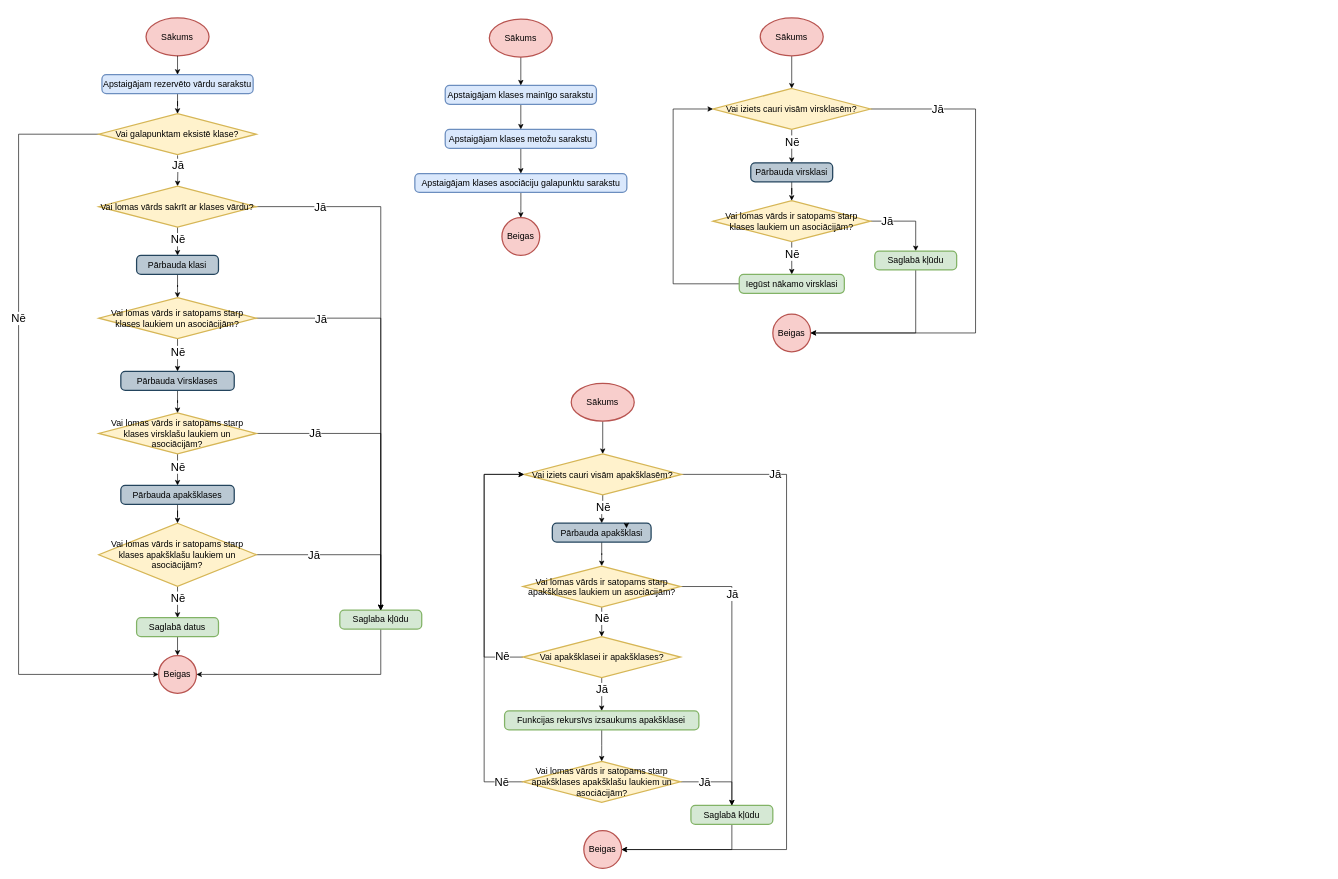
artiks12/webAppOS keeps this draw.io diagram as page "Lomas vārda pārbaude" (5 of 5) of src/Qualification project/Documentation/Diagrammas/Kompilators/Asociācijas.drawio. Above is the earlier version. Source tidied: cells renumbered, new cells numbered last; positions are measured from the earlier drawing's top-left corner, leaving out a move shared by most shapes. Both pictures are drawn from the tidied source at 63%, with x=0, y=0 at pixel (18, 18).
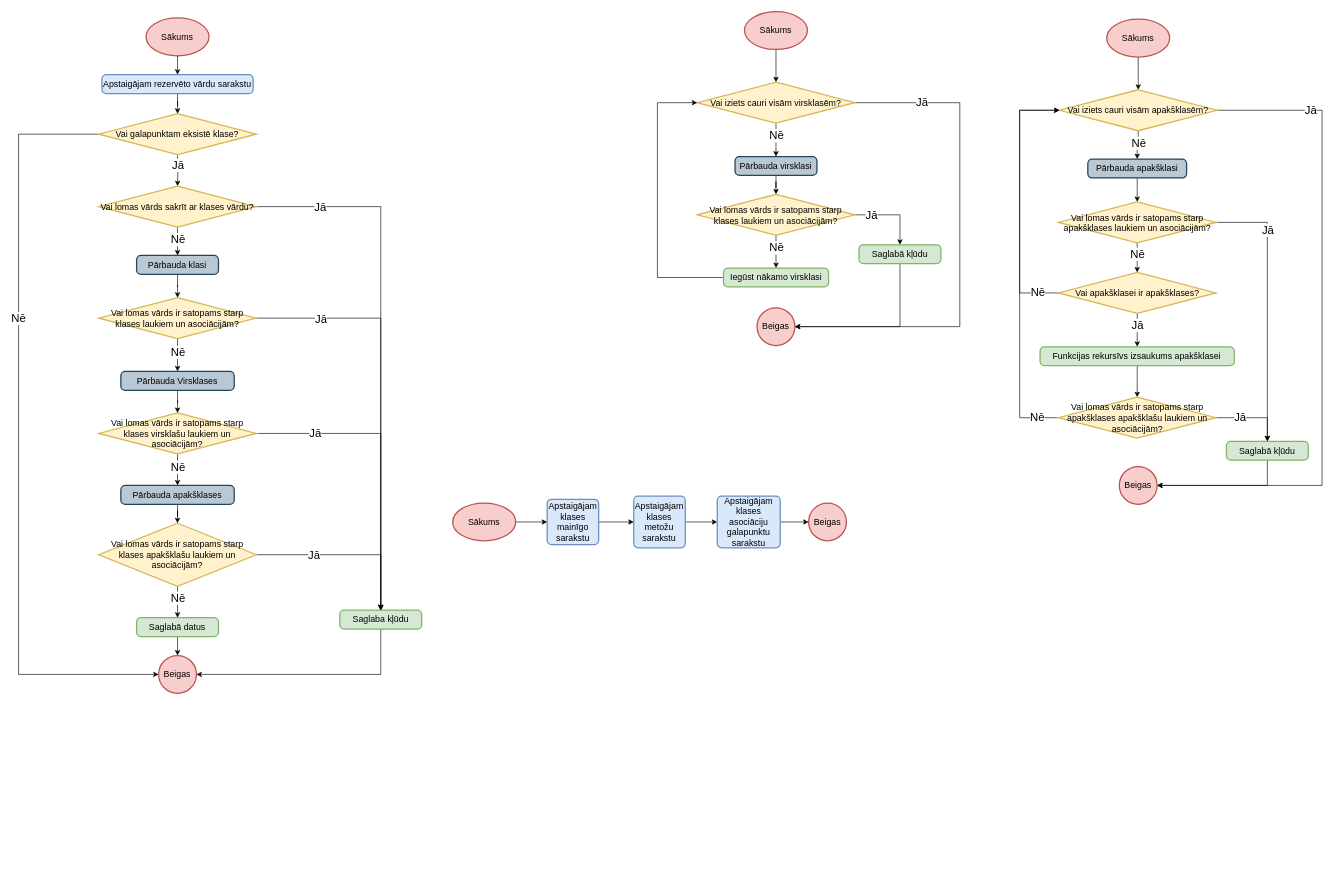
Above is the later version.

What changed in the source:
```diff
@@
-    <mxCell id="20" style="edgeStyle=orthogonalEdgeStyle;rounded=0;jettySize=auto;html=1;entryX=0.5;entryY=0;entryDx=0;entryDy=0;fontSize=18;" parent="1" edge="1" source="21" target="23">
+    <mxCell id="20" style="edgeStyle=orthogonalEdgeStyle;rounded=0;jettySize=auto;html=1;" parent="1" edge="1" source="21" target="23">
       <mxGeometry relative="1" as="geometry" />
     </mxCell>
     <mxCell id="21" value="Apstaigājam klases mainīgo sarakstu" style="rounded=1;whiteSpace=wrap;html=1;absoluteArcSize=1;arcSize=14;strokeWidth=2;fontSize=14;fillColor=#dae8fc;strokeColor=#6c8ebf;" parent="1" vertex="1">
-      <mxGeometry x="677.2" y="107" width="240" height="30" as="geometry" />
+      <mxGeometry x="839" y="764" width="81.8" height="72" as="geometry" />
     </mxCell>
-    <mxCell id="22" style="edgeStyle=orthogonalEdgeStyle;rounded=0;jettySize=auto;html=1;entryX=0.5;entryY=0;entryDx=0;entryDy=0;fontSize=18;" parent="1" edge="1" source="23" target="25">
+    <mxCell id="22" style="edgeStyle=orthogonalEdgeStyle;rounded=0;jettySize=auto;html=1;" parent="1" edge="1" source="23" target="25">
       <mxGeometry relative="1" as="geometry" />
     </mxCell>
     <mxCell id="23" value="Apstaigājam klases metožu sarakstu" style="rounded=1;whiteSpace=wrap;html=1;absoluteArcSize=1;arcSize=14;strokeWidth=2;fontSize=14;fillColor=#dae8fc;strokeColor=#6c8ebf;" parent="1" vertex="1">
-      <mxGeometry x="677.2" y="177" width="240" height="30" as="geometry" />
+      <mxGeometry x="976.4" y="759" width="81.8" height="82" as="geometry" />
     </mxCell>
@@
     <mxCell id="25" value="Apstaigājam klases asociāciju galapunktu sarakstu" style="rounded=1;whiteSpace=wrap;html=1;absoluteArcSize=1;arcSize=14;strokeWidth=2;fontSize=14;fillColor=#dae8fc;strokeColor=#6c8ebf;" parent="1" vertex="1">
-      <mxGeometry x="629" y="247" width="336.5" height="30" as="geometry" />
+      <mxGeometry x="1109" y="759" width="100" height="82" as="geometry" />
     </mxCell>
     <mxCell id="26" value="Beigas" style="strokeWidth=2;html=1;shape=mxgraph.flowchart.start_2;whiteSpace=wrap;fontSize=14;fillColor=#f8cecc;strokeColor=#b85450;" parent="1" vertex="1">
-      <mxGeometry x="767.2" y="317" width="60" height="60" as="geometry" />
+      <mxGeometry x="1254" y="770" width="60" height="60" as="geometry" />
     </mxCell>
-    <mxCell id="27" style="edgeStyle=orthogonalEdgeStyle;rounded=0;jettySize=auto;html=1;" parent="1" edge="1" source="28" target="21">
+    <mxCell id="27" style="edgeStyle=orthogonalEdgeStyle;rounded=0;jettySize=auto;html=1;entryX=0;entryY=0.5;entryDx=0;entryDy=0;" parent="1" edge="1" source="28" target="21">
       <mxGeometry relative="1" as="geometry" />
     </mxCell>
     <mxCell id="28" value="Sākums" style="strokeWidth=2;html=1;shape=mxgraph.flowchart.start_1;whiteSpace=wrap;fontSize=14;fillColor=#f8cecc;strokeColor=#b85450;" parent="1" vertex="1">
-      <mxGeometry x="747.2" y="2" width="100" height="60" as="geometry" />
+      <mxGeometry x="689" y="770" width="100" height="60" as="geometry" />
     </mxCell>
@@
     <mxCell id="51" value="Beigas" style="strokeWidth=2;html=1;shape=mxgraph.flowchart.start_2;whiteSpace=wrap;fontSize=14;fillColor=#f8cecc;strokeColor=#b85450;" parent="1" vertex="1">
-      <mxGeometry x="1197.2" y="470" width="60" height="60" as="geometry" />
+      <mxGeometry x="1172.2" y="460" width="60" height="60" as="geometry" />
     </mxCell>
@@
     <mxCell id="53" value="Sākums" style="strokeWidth=2;html=1;shape=mxgraph.flowchart.start_1;whiteSpace=wrap;fontSize=14;fillColor=#f8cecc;strokeColor=#b85450;" parent="1" vertex="1">
-      <mxGeometry x="1177.2" width="100" height="60" as="geometry" />
+      <mxGeometry x="1152.2" y="-10" width="100" height="60" as="geometry" />
     </mxCell>
     <mxCell id="54" style="edgeStyle=orthogonalEdgeStyle;rounded=0;jettySize=auto;html=1;fontSize=18;entryX=1;entryY=0.5;entryDx=0;entryDy=0;entryPerimeter=0;" parent="1" edge="1" source="58" target="51">
       <mxGeometry relative="1" as="geometry">
         <Array as="points">
-          <mxPoint x="1519" y="144" />
-          <mxPoint x="1519" y="500" />
+          <mxPoint x="1494" y="134" />
+          <mxPoint x="1494" y="490" />
         </Array>
       </mxGeometry>
     </mxCell>
@@
     <mxCell id="58" value="Vai iziets cauri visām virsklasēm?" style="strokeWidth=2;html=1;shape=mxgraph.flowchart.decision;whiteSpace=wrap;fontSize=14;fillColor=#fff2cc;strokeColor=#d6b656;" parent="1" vertex="1">
-      <mxGeometry x="1102.2" y="112" width="250" height="65" as="geometry" />
+      <mxGeometry x="1077.2" y="102" width="250" height="65" as="geometry" />
     </mxCell>
@@
     <mxCell id="60" value="Pārbauda virsklasi" style="rounded=1;whiteSpace=wrap;html=1;absoluteArcSize=1;arcSize=14;strokeWidth=2;fontSize=14;fillColor=#bac8d3;strokeColor=#23445d;" parent="1" vertex="1">
-      <mxGeometry x="1162.2" y="230" width="130" height="30" as="geometry" />
+      <mxGeometry x="1137.2" y="220" width="130" height="30" as="geometry" />
     </mxCell>
@@
     <mxCell id="65" style="edgeStyle=orthogonalEdgeStyle;rounded=0;jettySize=auto;html=1;entryX=0;entryY=0.5;entryDx=0;entryDy=0;entryPerimeter=0;fontSize=18;exitX=0;exitY=0.5;exitDx=0;exitDy=0;" parent="1" edge="1" source="69" target="58">
       <mxGeometry relative="1" as="geometry">
         <Array as="points">
-          <mxPoint x="1039" y="422" />
-          <mxPoint x="1039" y="145" />
+          <mxPoint x="1014" y="412" />
+          <mxPoint x="1014" y="135" />
         </Array>
       </mxGeometry>
     </mxCell>
     <mxCell id="66" value="Vai lomas vārds ir satopams starp klases laukiem un asociācijām?" style="strokeWidth=2;html=1;shape=mxgraph.flowchart.decision;whiteSpace=wrap;fontSize=14;fillColor=#fff2cc;strokeColor=#d6b656;" parent="1" vertex="1">
-      <mxGeometry x="1102.2" y="290" width="250" height="65" as="geometry" />
+      <mxGeometry x="1077.2" y="280" width="250" height="65" as="geometry" />
     </mxCell>
@@
     <mxCell id="68" value="Saglabā kļūdu" style="rounded=1;whiteSpace=wrap;html=1;absoluteArcSize=1;arcSize=14;strokeWidth=2;fontSize=14;fillColor=#d5e8d4;strokeColor=#82b366;" parent="1" vertex="1">
-      <mxGeometry x="1359" y="370" width="130" height="30" as="geometry" />
+      <mxGeometry x="1334" y="360" width="130" height="30" as="geometry" />
     </mxCell>
     <mxCell id="69" value="Iegūst nākamo virsklasi" style="rounded=1;whiteSpace=wrap;html=1;absoluteArcSize=1;arcSize=14;strokeWidth=2;fontSize=14;fillColor=#d5e8d4;strokeColor=#82b366;" parent="1" vertex="1">
-      <mxGeometry x="1143.9" y="407" width="166.8" height="30" as="geometry" />
+      <mxGeometry x="1118.9" y="397" width="166.8" height="30" as="geometry" />
     </mxCell>
     <mxCell id="70" value="Beigas" style="strokeWidth=2;html=1;shape=mxgraph.flowchart.start_2;whiteSpace=wrap;fontSize=14;fillColor=#f8cecc;strokeColor=#b85450;" parent="1" vertex="1">
-      <mxGeometry x="897.2" y="1290" width="60" height="60" as="geometry" />
+      <mxGeometry x="1747.2" y="712" width="60" height="60" as="geometry" />
     </mxCell>
@@
     <mxCell id="72" value="Sākums" style="strokeWidth=2;html=1;shape=mxgraph.flowchart.start_1;whiteSpace=wrap;fontSize=14;fillColor=#f8cecc;strokeColor=#b85450;" parent="1" vertex="1">
-      <mxGeometry x="877.2" y="580" width="100" height="60" as="geometry" />
+      <mxGeometry x="1727.2" y="2" width="100" height="60" as="geometry" />
     </mxCell>
     <mxCell id="73" style="edgeStyle=orthogonalEdgeStyle;rounded=0;jettySize=auto;html=1;fontSize=18;entryX=1;entryY=0.5;entryDx=0;entryDy=0;entryPerimeter=0;" parent="1" edge="1" source="77" target="70">
       <mxGeometry relative="1" as="geometry">
         <Array as="points">
-          <mxPoint x="1219" y="725" />
-          <mxPoint x="1219" y="1320" />
+          <mxPoint x="2069" y="147" />
+          <mxPoint x="2069" y="742" />
         </Array>
       </mxGeometry>
     </mxCell>
@@
     <mxCell id="77" value="Vai iziets cauri visām apakšklasēm?" style="strokeWidth=2;html=1;shape=mxgraph.flowchart.decision;whiteSpace=wrap;fontSize=14;fillColor=#fff2cc;strokeColor=#d6b656;" parent="1" vertex="1">
-      <mxGeometry x="802.2" y="692" width="250" height="65" as="geometry" />
+      <mxGeometry x="1652.2" y="114" width="250" height="65" as="geometry" />
     </mxCell>
@@
     <mxCell id="79" value="Pārbauda apakšklasi" style="rounded=1;whiteSpace=wrap;html=1;absoluteArcSize=1;arcSize=14;strokeWidth=2;fontSize=14;fillColor=#bac8d3;strokeColor=#23445d;" parent="1" vertex="1">
-      <mxGeometry x="847.2" y="802" width="156.8" height="30" as="geometry" />
+      <mxGeometry x="1697.2" y="224" width="156.8" height="30" as="geometry" />
     </mxCell>
@@
     <mxCell id="84" style="edgeStyle=orthogonalEdgeStyle;rounded=0;jettySize=auto;html=1;entryX=0;entryY=0.5;entryDx=0;entryDy=0;entryPerimeter=0;fontSize=18;exitX=0;exitY=0.5;exitDx=0;exitDy=0;exitPerimeter=0;" parent="1" edge="1" source="91" target="77">
       <mxGeometry relative="1" as="geometry">
         <Array as="points">
-          <mxPoint x="739" y="1015" />
-          <mxPoint x="739" y="725" />
+          <mxPoint x="1589" y="437" />
+          <mxPoint x="1589" y="147" />
         </Array>
       </mxGeometry>
     </mxCell>
@@
     <mxCell id="86" value="Vai lomas vārds ir satopams starp apakšklases laukiem un asociācijām?" style="strokeWidth=2;html=1;shape=mxgraph.flowchart.decision;whiteSpace=wrap;fontSize=14;fillColor=#fff2cc;strokeColor=#d6b656;" parent="1" vertex="1">
-      <mxGeometry x="800.6" y="870" width="250" height="65" as="geometry" />
+      <mxGeometry x="1650.6" y="292" width="250" height="65" as="geometry" />
     </mxCell>
@@
     <mxCell id="88" value="Saglabā kļūdu" style="rounded=1;whiteSpace=wrap;html=1;absoluteArcSize=1;arcSize=14;strokeWidth=2;fontSize=14;fillColor=#d5e8d4;strokeColor=#82b366;" parent="1" vertex="1">
-      <mxGeometry x="1067.2" y="1250" width="130" height="30" as="geometry" />
+      <mxGeometry x="1917.2" y="672" width="130" height="30" as="geometry" />
     </mxCell>
     <mxCell id="89" style="edgeStyle=orthogonalEdgeStyle;rounded=0;jettySize=auto;html=1;entryX=0.5;entryY=0;entryDx=0;entryDy=0;fontSize=18;" parent="1" edge="1" source="91" target="94">
       <mxGeometry relative="1" as="geometry">
         <Array as="points">
-          <mxPoint x="926" y="1070" />
-          <mxPoint x="926" y="1070" />
+          <mxPoint x="1776" y="492" />
+          <mxPoint x="1776" y="492" />
         </Array>
       </mxGeometry>
     </mxCell>
@@
     <mxCell id="91" value="Vai apakšklasei ir apakšklases?" style="strokeWidth=2;html=1;shape=mxgraph.flowchart.decision;whiteSpace=wrap;fontSize=14;fillColor=#fff2cc;strokeColor=#d6b656;" parent="1" vertex="1">
-      <mxGeometry x="800.6" y="982" width="250" height="65" as="geometry" />
+      <mxGeometry x="1650.6" y="404" width="250" height="65" as="geometry" />
     </mxCell>
-    <mxCell id="92" style="edgeStyle=orthogonalEdgeStyle;rounded=0;orthogonalLoop=1;jettySize=auto;html=1;exitX=0.75;exitY=0;exitDx=0;exitDy=0;entryX=0.751;entryY=0.267;entryDx=0;entryDy=0;entryPerimeter=0;fontSize=18;" parent="1" edge="1" source="79" target="79">
-      <mxGeometry relative="1" as="geometry" />
-    </mxCell>
@@
     <mxCell id="94" value="Funkcijas rekursīvs izsaukums apakšklasei" style="rounded=1;whiteSpace=wrap;html=1;absoluteArcSize=1;arcSize=14;strokeWidth=2;fontSize=14;fillColor=#d5e8d4;strokeColor=#82b366;" parent="1" vertex="1">
-      <mxGeometry x="771.4" y="1100" width="308.4" height="30" as="geometry" />
+      <mxGeometry x="1621.4" y="522" width="308.4" height="30" as="geometry" />
     </mxCell>
@@
     <mxCell id="97" style="edgeStyle=orthogonalEdgeStyle;rounded=0;jettySize=auto;html=1;entryX=0;entryY=0.5;entryDx=0;entryDy=0;entryPerimeter=0;fontSize=18;" parent="1" edge="1" source="99" target="77">
       <mxGeometry relative="1" as="geometry">
         <Array as="points">
-          <mxPoint x="739" y="1213" />
-          <mxPoint x="739" y="725" />
+          <mxPoint x="1589" y="635" />
+          <mxPoint x="1589" y="147" />
         </Array>
       </mxGeometry>
     </mxCell>
@@
     <mxCell id="99" value="Vai lomas vārds ir satopams starp apakšklases apakšklašu laukiem un asociācijām?" style="strokeWidth=2;html=1;shape=mxgraph.flowchart.decision;whiteSpace=wrap;fontSize=14;fillColor=#fff2cc;strokeColor=#d6b656;" parent="1" vertex="1">
-      <mxGeometry x="800.6" y="1180" width="250" height="65" as="geometry" />
+      <mxGeometry x="1650.6" y="602" width="250" height="65" as="geometry" />
     </mxCell>
```
